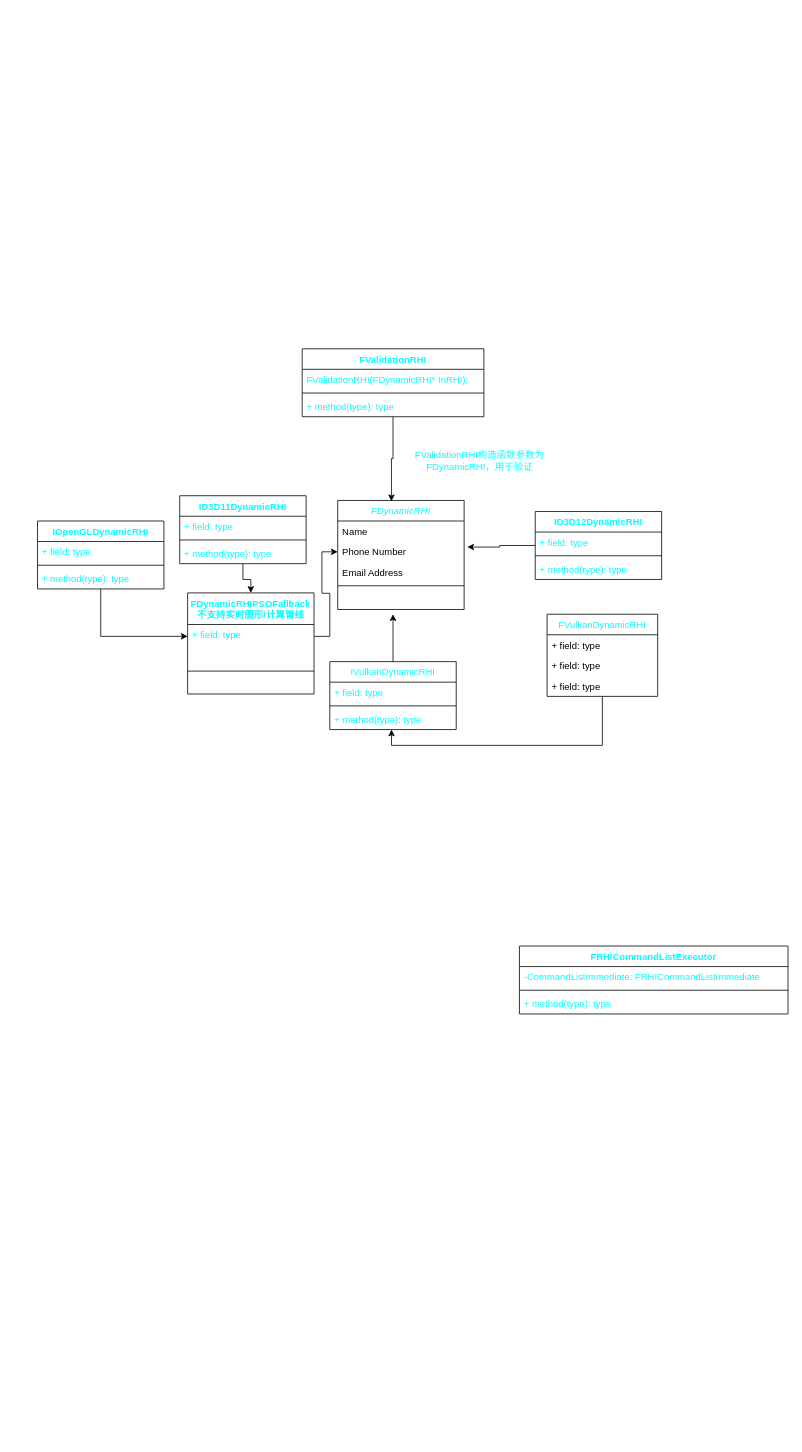
paridas0813/WebApp keeps this draw.io diagram as 11/Graphic/RHI.drawio. Above is the earlier version. Source tidied: cells renumbered, new cells numbered last; positions are measured from the earlier drawing's top-left corner, leaving out a move shared by most shapes. Both pictures are drawn from the tidied source at 79%, with x=0, y=0 at pixel (37, 348).
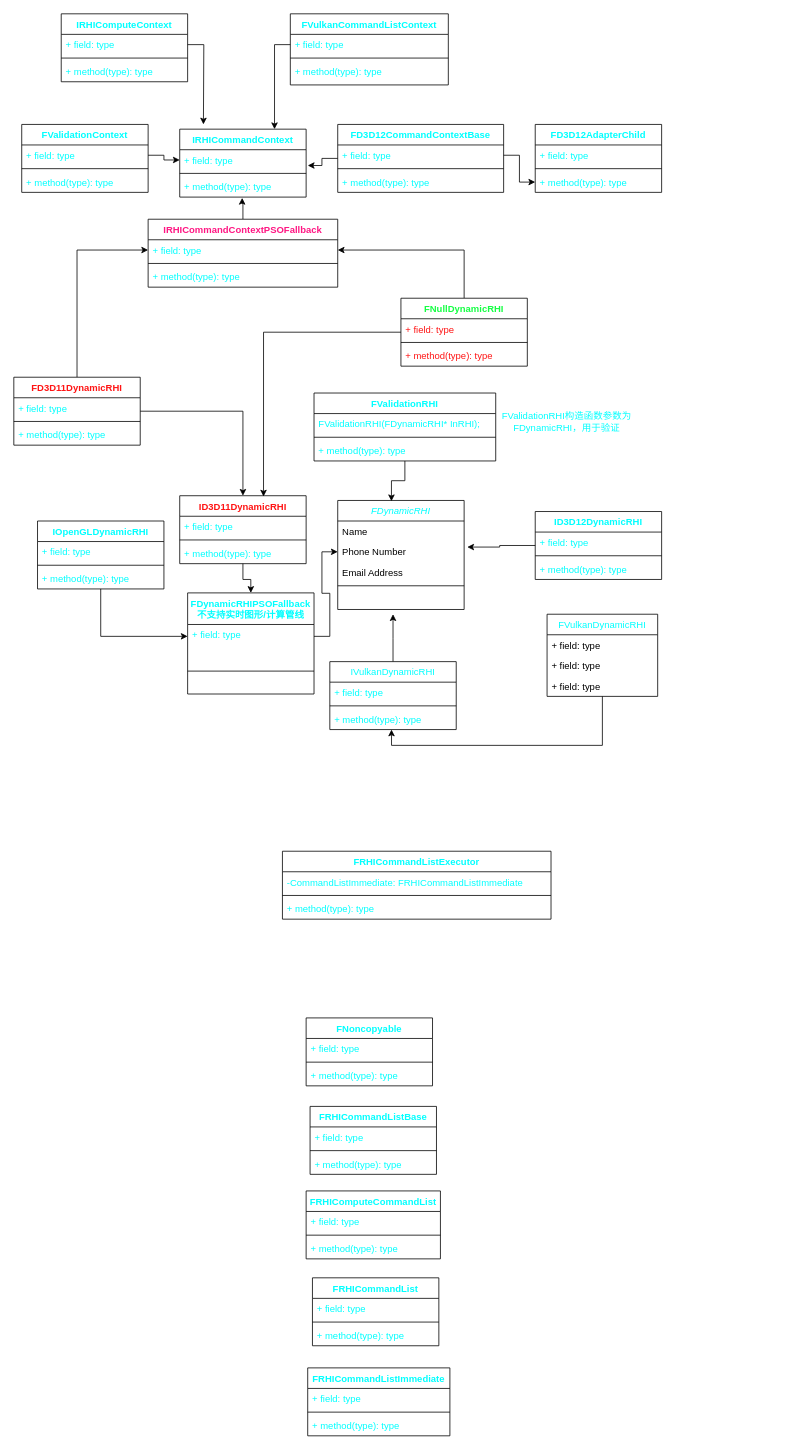
The same diagram, later.

What changed in the source:
```diff
@@
     <mxCell id="18" value="FValidationRHI" style="swimlane;fontStyle=1;align=center;verticalAlign=top;horizontal=1;startSize=26;fontColor=#00FFFF;" parent="1" vertex="1">
-      <mxGeometry x="335" width="230" height="86" as="geometry" />
+      <mxGeometry x="350" y="56" width="230" height="86" as="geometry" />
     </mxCell>
@@
-    <mxCell id="37" value="ID3D11DynamicRHI" style="swimlane;fontStyle=1;align=center;verticalAlign=top;horizontal=1;startSize=26;fontColor=#00FFFF;" parent="1" vertex="1">
+    <mxCell id="37" value="ID3D11DynamicRHI" style="swimlane;fontStyle=1;align=center;verticalAlign=top;horizontal=1;startSize=26;fontColor=#FF1414;" parent="1" vertex="1">
       <mxGeometry x="180" y="186" width="160" height="86" as="geometry" />
     </mxCell>
@@
     <mxCell id="41" value="FValidationRHI构造函数参数为FDynamicRHI，用于验证" style="text;html=1;strokeColor=none;fillColor=none;align=center;verticalAlign=middle;whiteSpace=wrap;rounded=0;fontColor=#00FFFF;" parent="1" vertex="1">
-      <mxGeometry x="460" y="92" width="200" height="100" as="geometry" />
+      <mxGeometry x="570" y="42" width="200" height="100" as="geometry" />
     </mxCell>
     <mxCell id="42" value="FRHICommandListExecutor" style="swimlane;fontStyle=1;align=center;verticalAlign=top;horizontal=1;startSize=26;fontColor=#00FFFF;" parent="1" vertex="1">
-      <mxGeometry x="610" y="756" width="340" height="86" as="geometry" />
+      <mxGeometry x="310" y="636" width="340" height="86" as="geometry" />
     </mxCell>
@@
+    <mxCell id="46" value="FRHICommandListImmediate" style="swimlane;fontStyle=1;align=center;verticalAlign=top;horizontal=1;startSize=26;fontColor=#00FFFF;" parent="1" vertex="1">
+      <mxGeometry x="342" y="1290" width="180" height="86" as="geometry" />
+    </mxCell>
+    <mxCell id="47" value="+ field: type" style="text;strokeColor=none;fillColor=none;align=left;verticalAlign=top;spacingLeft=4;spacingRight=4;overflow=hidden;fontColor=#00FFFF;" parent="46" vertex="1">
+      <mxGeometry y="26" width="180" height="26" as="geometry" />
+    </mxCell>
+    <mxCell id="48" style="line;strokeWidth=1;fillColor=none;align=left;verticalAlign=middle;spacingTop=-1;spacingLeft=3;spacingRight=3;labelPosition=right;strokeColor=inherit;fontColor=#00FFFF;" parent="46" vertex="1">
+      <mxGeometry y="52" width="180" height="8" as="geometry" />
+    </mxCell>
+    <mxCell id="49" value="+ method(type): type" style="text;strokeColor=none;fillColor=none;align=left;verticalAlign=top;spacingLeft=4;spacingRight=4;overflow=hidden;fontColor=#00FFFF;" parent="46" vertex="1">
+      <mxGeometry y="60" width="180" height="26" as="geometry" />
+    </mxCell>
+    <mxCell id="50" value="FRHICommandList" style="swimlane;fontStyle=1;align=center;verticalAlign=top;horizontal=1;startSize=26;fontColor=#00FFFF;" parent="1" vertex="1">
+      <mxGeometry x="348" y="1176" width="160" height="86" as="geometry" />
+    </mxCell>
+    <mxCell id="51" value="+ field: type" style="text;strokeColor=none;fillColor=none;align=left;verticalAlign=top;spacingLeft=4;spacingRight=4;overflow=hidden;fontColor=#00FFFF;" parent="50" vertex="1">
+      <mxGeometry y="26" width="160" height="26" as="geometry" />
+    </mxCell>
+    <mxCell id="52" style="line;strokeWidth=1;fillColor=none;align=left;verticalAlign=middle;spacingTop=-1;spacingLeft=3;spacingRight=3;labelPosition=right;strokeColor=inherit;fontColor=#00FFFF;" parent="50" vertex="1">
+      <mxGeometry y="52" width="160" height="8" as="geometry" />
+    </mxCell>
+    <mxCell id="53" value="+ method(type): type" style="text;strokeColor=none;fillColor=none;align=left;verticalAlign=top;spacingLeft=4;spacingRight=4;overflow=hidden;fontColor=#00FFFF;" parent="50" vertex="1">
+      <mxGeometry y="60" width="160" height="26" as="geometry" />
+    </mxCell>
+    <mxCell id="54" value="FRHIComputeCommandList" style="swimlane;fontStyle=1;align=center;verticalAlign=top;horizontal=1;startSize=26;fontColor=#00FFFF;" parent="1" vertex="1">
+      <mxGeometry x="340" y="1066" width="170" height="86" as="geometry" />
+    </mxCell>
+    <mxCell id="55" value="+ field: type" style="text;strokeColor=none;fillColor=none;align=left;verticalAlign=top;spacingLeft=4;spacingRight=4;overflow=hidden;fontColor=#00FFFF;" parent="54" vertex="1">
+      <mxGeometry y="26" width="170" height="26" as="geometry" />
+    </mxCell>
+    <mxCell id="56" style="line;strokeWidth=1;fillColor=none;align=left;verticalAlign=middle;spacingTop=-1;spacingLeft=3;spacingRight=3;labelPosition=right;strokeColor=inherit;fontColor=#00FFFF;" parent="54" vertex="1">
+      <mxGeometry y="52" width="170" height="8" as="geometry" />
+    </mxCell>
+    <mxCell id="57" value="+ method(type): type" style="text;strokeColor=none;fillColor=none;align=left;verticalAlign=top;spacingLeft=4;spacingRight=4;overflow=hidden;fontColor=#00FFFF;" parent="54" vertex="1">
+      <mxGeometry y="60" width="170" height="26" as="geometry" />
+    </mxCell>
+    <mxCell id="58" value="FRHICommandListBase" style="swimlane;fontStyle=1;align=center;verticalAlign=top;horizontal=1;startSize=26;fontColor=#00FFFF;" parent="1" vertex="1">
+      <mxGeometry x="345" y="959" width="160" height="86" as="geometry" />
+    </mxCell>
+    <mxCell id="59" value="+ field: type" style="text;strokeColor=none;fillColor=none;align=left;verticalAlign=top;spacingLeft=4;spacingRight=4;overflow=hidden;fontColor=#00FFFF;" parent="58" vertex="1">
+      <mxGeometry y="26" width="160" height="26" as="geometry" />
+    </mxCell>
+    <mxCell id="60" style="line;strokeWidth=1;fillColor=none;align=left;verticalAlign=middle;spacingTop=-1;spacingLeft=3;spacingRight=3;labelPosition=right;strokeColor=inherit;fontColor=#00FFFF;" parent="58" vertex="1">
+      <mxGeometry y="52" width="160" height="8" as="geometry" />
+    </mxCell>
+    <mxCell id="61" value="+ method(type): type" style="text;strokeColor=none;fillColor=none;align=left;verticalAlign=top;spacingLeft=4;spacingRight=4;overflow=hidden;fontColor=#00FFFF;" parent="58" vertex="1">
+      <mxGeometry y="60" width="160" height="26" as="geometry" />
+    </mxCell>
+    <mxCell id="62" value="FNoncopyable" style="swimlane;fontStyle=1;align=center;verticalAlign=top;horizontal=1;startSize=26;fontColor=#00FFFF;" parent="1" vertex="1">
+      <mxGeometry x="340" y="847" width="160" height="86" as="geometry" />
+    </mxCell>
+    <mxCell id="63" value="+ field: type" style="text;strokeColor=none;fillColor=none;align=left;verticalAlign=top;spacingLeft=4;spacingRight=4;overflow=hidden;fontColor=#00FFFF;" parent="62" vertex="1">
+      <mxGeometry y="26" width="160" height="26" as="geometry" />
+    </mxCell>
+    <mxCell id="64" style="line;strokeWidth=1;fillColor=none;align=left;verticalAlign=middle;spacingTop=-1;spacingLeft=3;spacingRight=3;labelPosition=right;strokeColor=inherit;fontColor=#00FFFF;" parent="62" vertex="1">
+      <mxGeometry y="52" width="160" height="8" as="geometry" />
+    </mxCell>
+    <mxCell id="65" value="+ method(type): type" style="text;strokeColor=none;fillColor=none;align=left;verticalAlign=top;spacingLeft=4;spacingRight=4;overflow=hidden;fontColor=#00FFFF;" parent="62" vertex="1">
+      <mxGeometry y="60" width="160" height="26" as="geometry" />
+    </mxCell>
+    <mxCell id="66" style="edgeStyle=orthogonalEdgeStyle;rounded=0;jettySize=auto;html=1;fontColor=#00FFFF;" parent="1" edge="1" source="68" target="37">
+      <mxGeometry relative="1" as="geometry" />
+    </mxCell>
+    <mxCell id="67" style="edgeStyle=orthogonalEdgeStyle;rounded=0;jettySize=auto;html=1;entryX=0;entryY=0.5;entryDx=0;entryDy=0;fontColor=#00FFFF;" parent="1" edge="1" source="68" target="87">
+      <mxGeometry relative="1" as="geometry" />
+    </mxCell>
+    <mxCell id="68" value="FD3D11DynamicRHI" style="swimlane;fontStyle=1;align=center;verticalAlign=top;horizontal=1;startSize=26;fontColor=#FF1414;" parent="1" vertex="1">
+      <mxGeometry x="-30" y="36" width="160" height="86" as="geometry" />
+    </mxCell>
+    <mxCell id="69" value="+ field: type" style="text;strokeColor=none;fillColor=none;align=left;verticalAlign=top;spacingLeft=4;spacingRight=4;overflow=hidden;fontColor=#00FFFF;" parent="68" vertex="1">
+      <mxGeometry y="26" width="160" height="26" as="geometry" />
+    </mxCell>
+    <mxCell id="70" style="line;strokeWidth=1;fillColor=none;align=left;verticalAlign=middle;spacingTop=-1;spacingLeft=3;spacingRight=3;labelPosition=right;strokeColor=inherit;fontColor=#00FFFF;" parent="68" vertex="1">
+      <mxGeometry y="52" width="160" height="8" as="geometry" />
+    </mxCell>
+    <mxCell id="71" value="+ method(type): type" style="text;strokeColor=none;fillColor=none;align=left;verticalAlign=top;spacingLeft=4;spacingRight=4;overflow=hidden;fontColor=#00FFFF;" parent="68" vertex="1">
+      <mxGeometry y="60" width="160" height="26" as="geometry" />
+    </mxCell>
+    <mxCell id="72" value="IRHIComputeContext" style="swimlane;fontStyle=1;align=center;verticalAlign=top;horizontal=1;startSize=26;fontColor=#00FFFF;" parent="1" vertex="1">
+      <mxGeometry x="30" y="-424" width="160" height="86" as="geometry" />
+    </mxCell>
+    <mxCell id="73" value="+ field: type" style="text;strokeColor=none;fillColor=none;align=left;verticalAlign=top;spacingLeft=4;spacingRight=4;overflow=hidden;points=[[0,0.5],[1,0.5]];portConstraint=eastwest;fontColor=#00FFFF;" parent="72" vertex="1">
+      <mxGeometry y="26" width="160" height="26" as="geometry" />
+    </mxCell>
+    <mxCell id="74" style="line;strokeWidth=1;fillColor=none;align=left;verticalAlign=middle;spacingTop=-1;spacingLeft=3;spacingRight=3;labelPosition=right;strokeColor=inherit;fontColor=#00FFFF;" parent="72" vertex="1">
+      <mxGeometry y="52" width="160" height="8" as="geometry" />
+    </mxCell>
+    <mxCell id="75" value="+ method(type): type" style="text;strokeColor=none;fillColor=none;align=left;verticalAlign=top;spacingLeft=4;spacingRight=4;overflow=hidden;fontColor=#00FFFF;" parent="72" vertex="1">
+      <mxGeometry y="60" width="160" height="26" as="geometry" />
+    </mxCell>
+    <mxCell id="76" value="IRHICommandContext" style="swimlane;fontStyle=1;align=center;verticalAlign=top;horizontal=1;startSize=26;fontColor=#00FFFF;" parent="1" vertex="1">
+      <mxGeometry x="180" y="-278" width="160" height="86" as="geometry" />
+    </mxCell>
+    <mxCell id="77" value="+ field: type" style="text;strokeColor=none;fillColor=none;align=left;verticalAlign=top;spacingLeft=4;spacingRight=4;overflow=hidden;points=[[0,0.5],[1,0.5]];portConstraint=eastwest;fontColor=#00FFFF;" parent="76" vertex="1">
+      <mxGeometry y="26" width="160" height="26" as="geometry" />
+    </mxCell>
+    <mxCell id="78" style="line;strokeWidth=1;fillColor=none;align=left;verticalAlign=middle;spacingTop=-1;spacingLeft=3;spacingRight=3;labelPosition=right;strokeColor=inherit;fontColor=#00FFFF;" parent="76" vertex="1">
+      <mxGeometry y="52" width="160" height="8" as="geometry" />
+    </mxCell>
+    <mxCell id="79" value="+ method(type): type" style="text;strokeColor=none;fillColor=none;align=left;verticalAlign=top;spacingLeft=4;spacingRight=4;overflow=hidden;points=[[0,0.5],[1,0.5]];portConstraint=eastwest;fontColor=#00FFFF;" parent="76" vertex="1">
+      <mxGeometry y="60" width="160" height="26" as="geometry" />
+    </mxCell>
+    <mxCell id="80" style="edgeStyle=orthogonalEdgeStyle;rounded=0;jettySize=auto;html=1;entryX=1.013;entryY=0.769;entryDx=0;entryDy=0;entryPerimeter=0;fontColor=#00FFFF;" parent="1" edge="1" source="81" target="77">
+      <mxGeometry relative="1" as="geometry" />
+    </mxCell>
+    <mxCell id="81" value="FD3D12CommandContextBase" style="swimlane;fontStyle=1;align=center;verticalAlign=top;horizontal=1;startSize=26;fontColor=#00FFFF;" parent="1" vertex="1">
+      <mxGeometry x="380" y="-284" width="210" height="86" as="geometry" />
+    </mxCell>
+    <mxCell id="82" value="+ field: type" style="text;strokeColor=none;fillColor=none;align=left;verticalAlign=top;spacingLeft=4;spacingRight=4;overflow=hidden;points=[[0,0.5],[1,0.5]];portConstraint=eastwest;fontColor=#00FFFF;" parent="81" vertex="1">
+      <mxGeometry y="26" width="210" height="26" as="geometry" />
+    </mxCell>
+    <mxCell id="83" style="line;strokeWidth=1;fillColor=none;align=left;verticalAlign=middle;spacingTop=-1;spacingLeft=3;spacingRight=3;labelPosition=right;strokeColor=inherit;fontColor=#00FFFF;" parent="81" vertex="1">
+      <mxGeometry y="52" width="210" height="8" as="geometry" />
+    </mxCell>
+    <mxCell id="84" value="+ method(type): type" style="text;strokeColor=none;fillColor=none;align=left;verticalAlign=top;spacingLeft=4;spacingRight=4;overflow=hidden;fontColor=#00FFFF;" parent="81" vertex="1">
+      <mxGeometry y="60" width="210" height="26" as="geometry" />
+    </mxCell>
+    <mxCell id="85" style="edgeStyle=orthogonalEdgeStyle;rounded=0;jettySize=auto;html=1;entryX=0.494;entryY=1.038;entryDx=0;entryDy=0;entryPerimeter=0;fontColor=#00FFFF;" parent="1" edge="1" source="86" target="79">
+      <mxGeometry relative="1" as="geometry" />
+    </mxCell>
+    <mxCell id="86" value="IRHICommandContextPSOFallback" style="swimlane;fontStyle=1;align=center;verticalAlign=top;horizontal=1;startSize=26;fontColor=#FF1783;" parent="1" vertex="1">
+      <mxGeometry x="140" y="-164" width="240" height="86" as="geometry" />
+    </mxCell>
+    <mxCell id="87" value="+ field: type" style="text;strokeColor=none;fillColor=none;align=left;verticalAlign=top;spacingLeft=4;spacingRight=4;overflow=hidden;points=[[0,0.5],[1,0.5]];portConstraint=eastwest;fontColor=#00FFFF;" parent="86" vertex="1">
+      <mxGeometry y="26" width="240" height="26" as="geometry" />
+    </mxCell>
+    <mxCell id="88" style="line;strokeWidth=1;fillColor=none;align=left;verticalAlign=middle;spacingTop=-1;spacingLeft=3;spacingRight=3;labelPosition=right;strokeColor=inherit;fontColor=#00FFFF;" parent="86" vertex="1">
+      <mxGeometry y="52" width="240" height="8" as="geometry" />
+    </mxCell>
+    <mxCell id="89" value="+ method(type): type" style="text;strokeColor=none;fillColor=none;align=left;verticalAlign=top;spacingLeft=4;spacingRight=4;overflow=hidden;fontColor=#00FFFF;" parent="86" vertex="1">
+      <mxGeometry y="60" width="240" height="26" as="geometry" />
+    </mxCell>
+    <mxCell id="90" value="FValidationContext" style="swimlane;fontStyle=1;align=center;verticalAlign=top;horizontal=1;startSize=26;fontColor=#00FFFF;" parent="1" vertex="1">
+      <mxGeometry x="-20" y="-284" width="160" height="86" as="geometry" />
+    </mxCell>
+    <mxCell id="91" value="+ field: type" style="text;strokeColor=none;fillColor=none;align=left;verticalAlign=top;spacingLeft=4;spacingRight=4;overflow=hidden;points=[[0,0.5],[1,0.5]];portConstraint=eastwest;fontColor=#00FFFF;" parent="90" vertex="1">
+      <mxGeometry y="26" width="160" height="26" as="geometry" />
+    </mxCell>
+    <mxCell id="92" style="line;strokeWidth=1;fillColor=none;align=left;verticalAlign=middle;spacingTop=-1;spacingLeft=3;spacingRight=3;labelPosition=right;strokeColor=inherit;fontColor=#00FFFF;" parent="90" vertex="1">
+      <mxGeometry y="52" width="160" height="8" as="geometry" />
+    </mxCell>
+    <mxCell id="93" value="+ method(type): type" style="text;strokeColor=none;fillColor=none;align=left;verticalAlign=top;spacingLeft=4;spacingRight=4;overflow=hidden;fontColor=#00FFFF;" parent="90" vertex="1">
+      <mxGeometry y="60" width="160" height="26" as="geometry" />
+    </mxCell>
+    <mxCell id="94" style="edgeStyle=orthogonalEdgeStyle;rounded=0;jettySize=auto;html=1;exitX=1;exitY=0.5;exitDx=0;exitDy=0;fontColor=#00FFFF;" parent="1" edge="1" source="91" target="77">
+      <mxGeometry relative="1" as="geometry" />
+    </mxCell>
+    <mxCell id="95" value="FVulkanCommandListContext" style="swimlane;fontStyle=1;align=center;verticalAlign=top;horizontal=1;startSize=26;fontColor=#00FFFF;" parent="1" vertex="1">
+      <mxGeometry x="320" y="-424" width="200" height="90" as="geometry" />
+    </mxCell>
+    <mxCell id="96" value="+ field: type" style="text;strokeColor=none;fillColor=none;align=left;verticalAlign=top;spacingLeft=4;spacingRight=4;overflow=hidden;points=[[0,0.5],[1,0.5]];portConstraint=eastwest;fontColor=#00FFFF;" parent="95" vertex="1">
+      <mxGeometry y="26" width="200" height="26" as="geometry" />
+    </mxCell>
+    <mxCell id="97" style="line;strokeWidth=1;fillColor=none;align=left;verticalAlign=middle;spacingTop=-1;spacingLeft=3;spacingRight=3;labelPosition=right;strokeColor=inherit;fontColor=#00FFFF;" parent="95" vertex="1">
+      <mxGeometry y="52" width="200" height="8" as="geometry" />
+    </mxCell>
+    <mxCell id="98" value="+ method(type): type" style="text;strokeColor=none;fillColor=none;align=left;verticalAlign=top;spacingLeft=4;spacingRight=4;overflow=hidden;fontColor=#00FFFF;" parent="95" vertex="1">
+      <mxGeometry y="60" width="200" height="30" as="geometry" />
+    </mxCell>
+    <mxCell id="99" style="edgeStyle=orthogonalEdgeStyle;rounded=0;jettySize=auto;html=1;fontColor=#00FFFF;" parent="1" edge="1" source="73">
+      <mxGeometry relative="1" as="geometry">
+        <mxPoint x="210" y="-284" as="targetPoint" />
+      </mxGeometry>
+    </mxCell>
+    <mxCell id="100" style="edgeStyle=orthogonalEdgeStyle;rounded=0;jettySize=auto;html=1;exitX=0;exitY=0.5;exitDx=0;exitDy=0;entryX=0.75;entryY=0;entryDx=0;entryDy=0;fontColor=#00FFFF;" parent="1" edge="1" source="96" target="76">
+      <mxGeometry relative="1" as="geometry" />
+    </mxCell>
+    <mxCell id="101" value="FD3D12AdapterChild" style="swimlane;fontStyle=1;align=center;verticalAlign=top;horizontal=1;startSize=26;fontColor=#00FFFF;" parent="1" vertex="1">
+      <mxGeometry x="630" y="-284" width="160" height="86" as="geometry" />
+    </mxCell>
+    <mxCell id="102" value="+ field: type" style="text;strokeColor=none;fillColor=none;align=left;verticalAlign=top;spacingLeft=4;spacingRight=4;overflow=hidden;fontColor=#00FFFF;" parent="101" vertex="1">
+      <mxGeometry y="26" width="160" height="26" as="geometry" />
+    </mxCell>
+    <mxCell id="103" style="line;strokeWidth=1;fillColor=none;align=left;verticalAlign=middle;spacingTop=-1;spacingLeft=3;spacingRight=3;labelPosition=right;strokeColor=inherit;fontColor=#00FFFF;" parent="101" vertex="1">
+      <mxGeometry y="52" width="160" height="8" as="geometry" />
+    </mxCell>
+    <mxCell id="104" value="+ method(type): type" style="text;strokeColor=none;fillColor=none;align=left;verticalAlign=top;spacingLeft=4;spacingRight=4;overflow=hidden;points=[[0,0.5],[1,0.5]];portConstraint=eastwest;fontColor=#00FFFF;" parent="101" vertex="1">
+      <mxGeometry y="60" width="160" height="26" as="geometry" />
+    </mxCell>
+    <mxCell id="105" style="edgeStyle=orthogonalEdgeStyle;rounded=0;jettySize=auto;html=1;fontColor=#00FFFF;" parent="1" edge="1" source="82" target="104">
+      <mxGeometry relative="1" as="geometry" />
+    </mxCell>
+    <mxCell id="106" style="edgeStyle=orthogonalEdgeStyle;rounded=0;jettySize=auto;html=1;entryX=0.663;entryY=0.012;entryDx=0;entryDy=0;entryPerimeter=0;fontColor=#14ff43;" parent="1" edge="1" source="108" target="37">
+      <mxGeometry relative="1" as="geometry" />
+    </mxCell>
+    <mxCell id="107" style="edgeStyle=orthogonalEdgeStyle;rounded=0;jettySize=auto;html=1;entryX=1;entryY=0.5;entryDx=0;entryDy=0;fontColor=#14ff43;" parent="1" edge="1" source="108" target="87">
+      <mxGeometry relative="1" as="geometry" />
+    </mxCell>
+    <mxCell id="108" value="FNullDynamicRHI" style="swimlane;fontStyle=1;align=center;verticalAlign=top;horizontal=1;startSize=26;fontColor=#14ff43;" parent="1" vertex="1">
+      <mxGeometry x="460" y="-64" width="160" height="86" as="geometry" />
+    </mxCell>
+    <mxCell id="109" value="+ field: type" style="text;strokeColor=none;fillColor=none;align=left;verticalAlign=top;spacingLeft=4;spacingRight=4;overflow=hidden;fontColor=#FF1414;" parent="108" vertex="1">
+      <mxGeometry y="26" width="160" height="26" as="geometry" />
+    </mxCell>
+    <mxCell id="110" style="line;strokeWidth=1;fillColor=none;align=left;verticalAlign=middle;spacingTop=-1;spacingLeft=3;spacingRight=3;labelPosition=right;strokeColor=inherit;fontColor=#FF1414;" parent="108" vertex="1">
+      <mxGeometry y="52" width="160" height="8" as="geometry" />
+    </mxCell>
+    <mxCell id="111" value="+ method(type): type" style="text;strokeColor=none;fillColor=none;align=left;verticalAlign=top;spacingLeft=4;spacingRight=4;overflow=hidden;fontColor=#FF1414;" parent="108" vertex="1">
+      <mxGeometry y="60" width="160" height="26" as="geometry" />
+    </mxCell>
```
